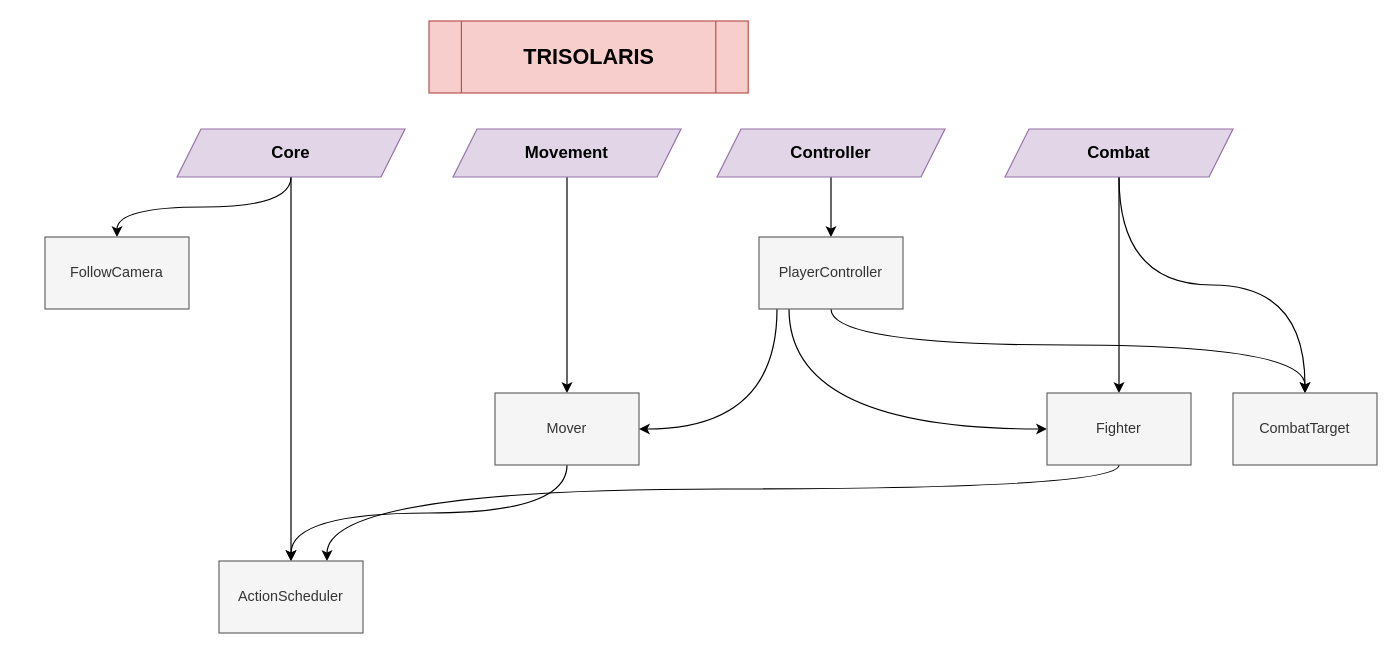
This is Trisolaris Code Tree.drawio from ezoisil/Trisolaris, a draw.io file, before an edit. Source tidied: cells renumbered, new cells numbered last; positions are measured from the earlier drawing's top-left corner, leaving out a move shared by most shapes. Both pictures are drawn from the tidied source at 120%, with x=0, y=0 at pixel (44, 20).
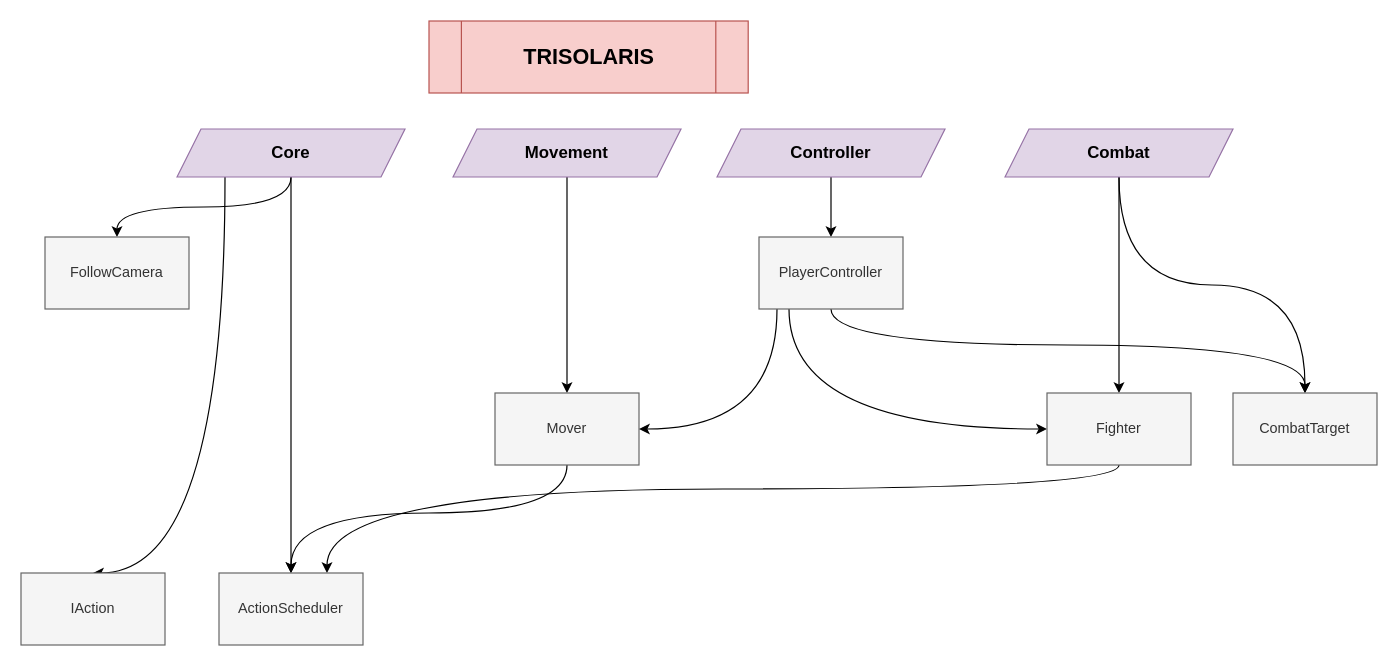
The same page after the edit.

Unchanged cells that the change refers to:
```xml
<mxCell id="4" value="&lt;font style=&quot;font-size: 14px&quot;&gt;&lt;b&gt;Core&lt;/b&gt;&lt;/font&gt;" style="shape=parallelogram;perimeter=parallelogramPerimeter;whiteSpace=wrap;html=1;fixedSize=1;fillColor=#e1d5e7;strokeColor=#9673a6;" parent="1" vertex="1">
  <mxGeometry x="110" y="90" width="190" height="40" as="geometry" />
</mxCell>
```

Diff of the diagram source:
```diff
@@
+    <mxCell id="24" style="edgeStyle=orthogonalEdgeStyle;rounded=0;jettySize=auto;html=1;entryX=0.5;entryY=0;entryDx=0;entryDy=0;curved=1;" parent="1" edge="1" source="4" target="25">
+      <mxGeometry relative="1" as="geometry">
+        <Array as="points">
+          <mxPoint x="150" y="460" />
+        </Array>
+      </mxGeometry>
+    </mxCell>
@@
     <mxCell id="23" value="ActionScheduler" style="rounded=0;whiteSpace=wrap;html=1;fontFamily=Helvetica;fontSize=12;strokeColor=#666666;fillColor=#f5f5f5;fontColor=#333333;" parent="1" vertex="1">
-      <mxGeometry x="145" y="450" width="120" height="60" as="geometry" />
+      <mxGeometry x="145" y="460" width="120" height="60" as="geometry" />
     </mxCell>
+    <mxCell id="25" value="IAction" style="rounded=0;whiteSpace=wrap;html=1;fontFamily=Helvetica;fontSize=12;strokeColor=#666666;fillColor=#f5f5f5;fontColor=#333333;" parent="1" vertex="1">
+      <mxGeometry x="-20" y="460" width="120" height="60" as="geometry" />
+    </mxCell>
```
